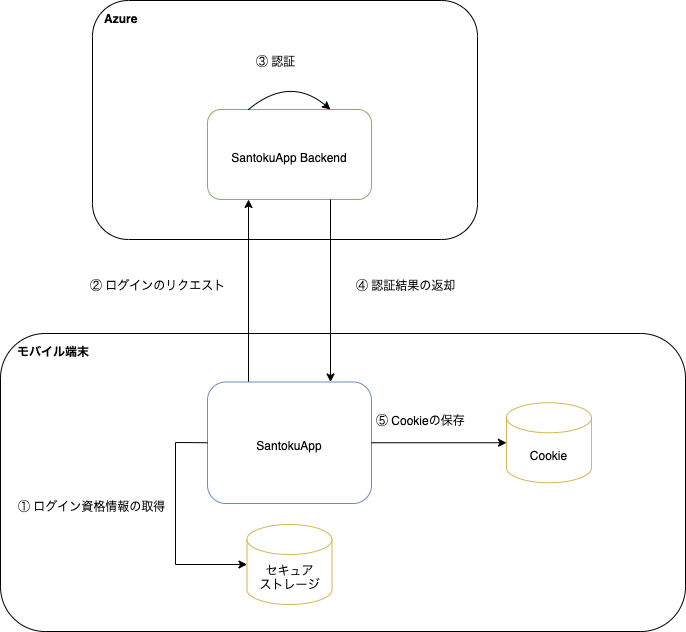
Above: website/docs/react-native/santoku/application-architecture/auth/auth-auto-login-flow.drawio.png in ws-4020/mobile-app-crib-notes (draw.io), before the change. Source tidied: cells renumbered, new cells last; positions are measured from the earlier drawing's top-left corner, leaving out a move shared by most shapes.
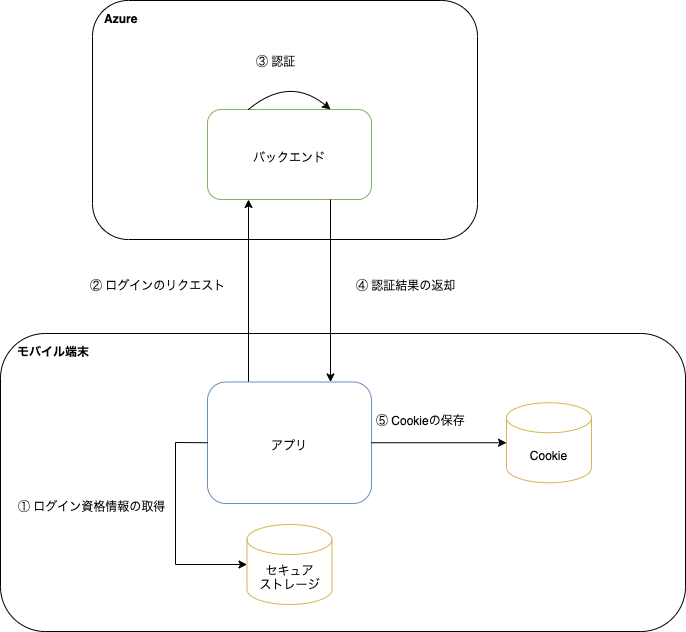
After the change.

Commit message:
SantokuApp -> アプリ、SantokuApp Backend -> バックエンドに変更

Change to the diagram source:
```diff
@@ -8,7 +8,7 @@
     <mxCell id="3" value="Azure" style="rounded=1;whiteSpace=wrap;html=1;fillColor=none;align=left;verticalAlign=top;spacingLeft=10;fontStyle=1;spacingBottom=0;spacingTop=5;" parent="1" vertex="1">
       <mxGeometry x="92" width="385" height="239" as="geometry" />
     </mxCell>
-    <mxCell id="4" value="SantokuApp Backend" style="rounded=1;whiteSpace=wrap;html=1;fillColor=none;align=center;verticalAlign=middle;spacingLeft=0;spacingTop=5;fontStyle=0;strokeColor=#82b366;" parent="1" vertex="1">
+    <mxCell id="4" value="バックエンド" style="rounded=1;whiteSpace=wrap;html=1;fillColor=none;align=center;verticalAlign=middle;spacingLeft=0;spacingTop=5;fontStyle=0;strokeColor=#82b366;" parent="1" vertex="1">
       <mxGeometry x="207" y="109" width="164" height="90" as="geometry" />
     </mxCell>
     <mxCell id="5" value="セキュア&lt;br&gt;ストレージ" style="shape=cylinder3;whiteSpace=wrap;html=1;boundedLbl=1;backgroundOutline=1;size=15;fillColor=none;strokeColor=#d6b656;" parent="1" vertex="1">
@@ -17,7 +17,7 @@
     <mxCell id="6" style="endArrow=classic;html=1;rounded=0;exitX=0.25;exitY=0;exitDx=0;exitDy=0;entryX=0.25;entryY=1;entryDx=0;entryDy=0;" parent="1" edge="1" source="7" target="4">
       <mxGeometry relative="1" as="geometry" />
     </mxCell>
-    <mxCell id="7" value="SantokuApp" style="rounded=1;whiteSpace=wrap;html=1;fillColor=none;align=center;verticalAlign=middle;spacingLeft=0;spacingTop=5;fontStyle=0;strokeColor=#6c8ebf;" parent="1" vertex="1">
+    <mxCell id="7" value="アプリ" style="rounded=1;whiteSpace=wrap;html=1;fillColor=none;align=center;verticalAlign=middle;spacingLeft=0;spacingTop=5;fontStyle=0;strokeColor=#6c8ebf;" parent="1" vertex="1">
       <mxGeometry x="207" y="381.5" width="164" height="121.5" as="geometry" />
     </mxCell>
     <mxCell id="8" value="① ログイン資格情報の取得" style="text;html=1;strokeColor=none;fillColor=none;align=left;verticalAlign=middle;whiteSpace=wrap;rounded=0;" parent="1" vertex="1">
```
